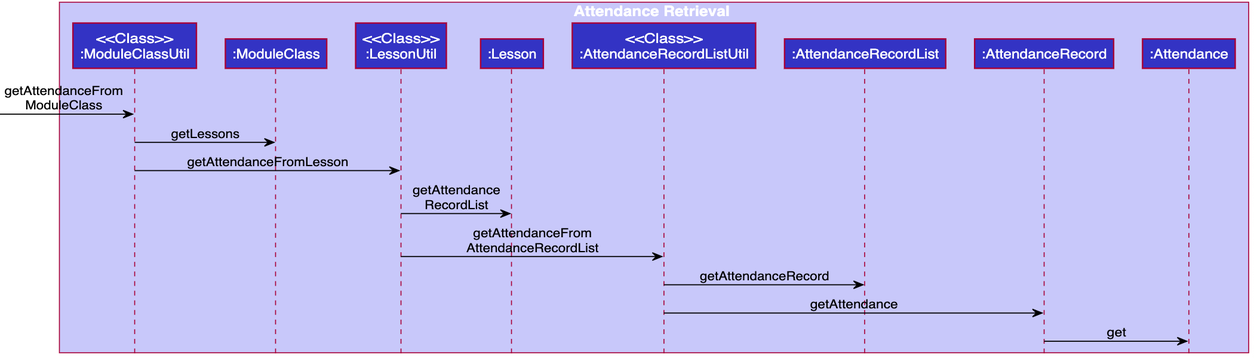
ypinhsuan/tp keeps this PlantUML diagram as docs/images/AttendanceRetrievalSequenceDiagram.png. Above is the earlier version. Its source is kept beside it as docs/diagrams/AttendanceRetrievalSequenceDiagram.puml.
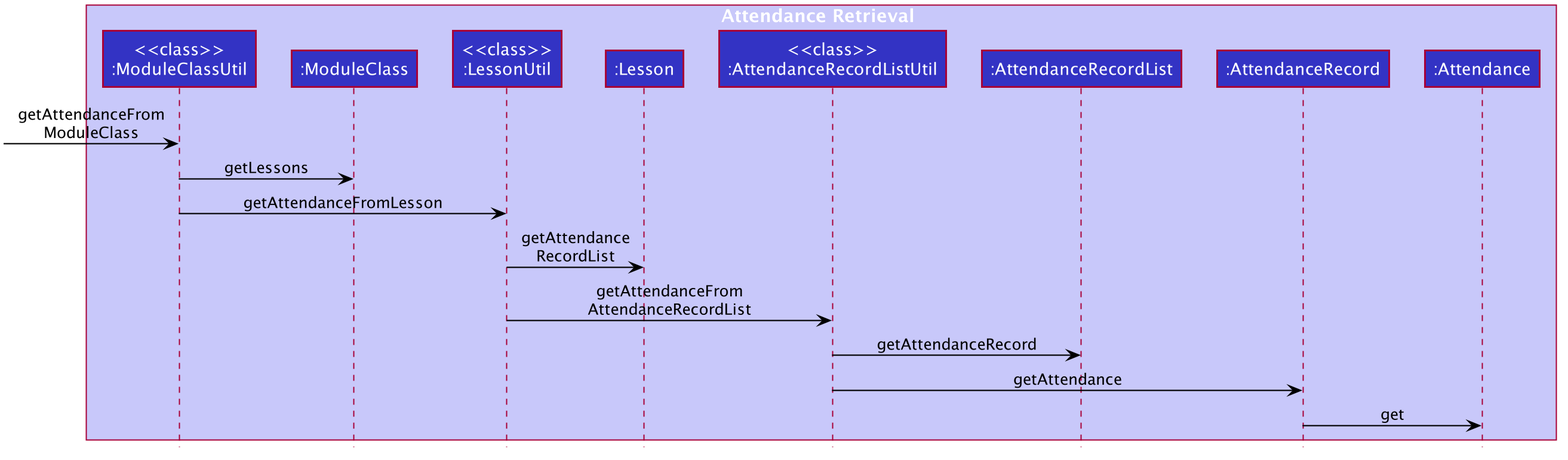
Later version of the same file.

Diff of the diagram source:
```diff
@@ -6,11 +6,11 @@
 skinparam fontColor black
 
 box Attendance Retrieval LOGIC_COLOR_T1
-participant "<<Class>>\n:ModuleClassUtil" as ModuleClassUtil LOGIC_COLOR
+participant "<<class>>\n:ModuleClassUtil" as ModuleClassUtil LOGIC_COLOR
 participant ":ModuleClass" as ModuleClass LOGIC_COLOR
-participant "<<Class>>\n:LessonUtil" as LessonUtil LOGIC_COLOR
+participant "<<class>>\n:LessonUtil" as LessonUtil LOGIC_COLOR
 participant ":Lesson" as Lesson LOGIC_COLOR
-participant "<<Class>>\n:AttendanceRecordListUtil" as AttendanceRecordListUtil LOGIC_COLOR
+participant "<<class>>\n:AttendanceRecordListUtil" as AttendanceRecordListUtil LOGIC_COLOR
 participant ":AttendanceRecordList" as AttendanceRecordList LOGIC_COLOR
 participant ":AttendanceRecord" as AttendanceRecord LOGIC_COLOR
 participant ":Attendance" as Attendance LOGIC_COLOR
```
